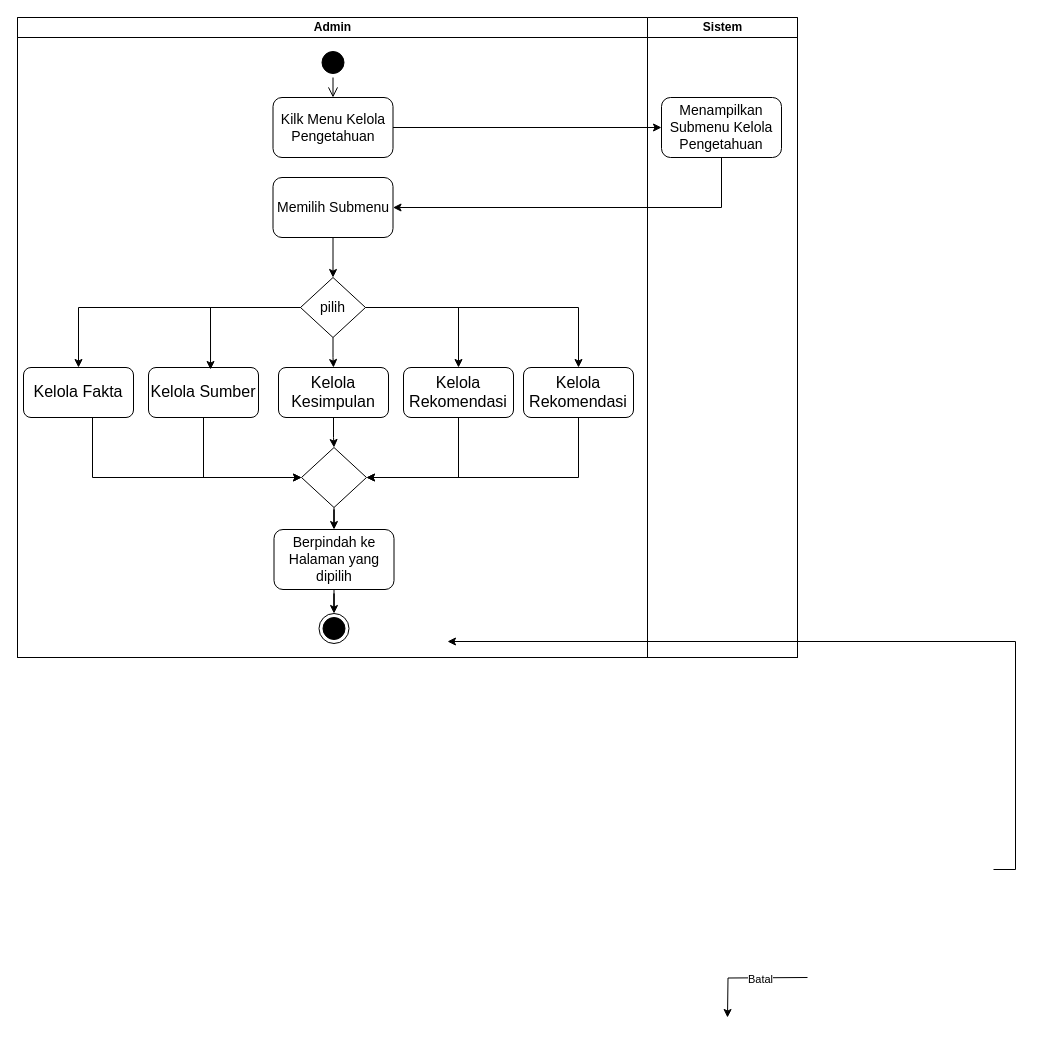
Earlier version of the draw.io diagram page "ACT-DIA-KELOLA-PENGETAHUAN-ADMIN" (17 of 22) of dokumentasi/bab3/diagram-bab-3.drawio (fadlanrizki/rekofin-ui). Source tidied: cells renumbered, new cells numbered last; positions are measured from the earlier drawing's top-left corner, leaving out a move shared by most shapes. Both pictures are drawn from the tidied source at 100%, with x=0, y=0 at pixel (17, 17).
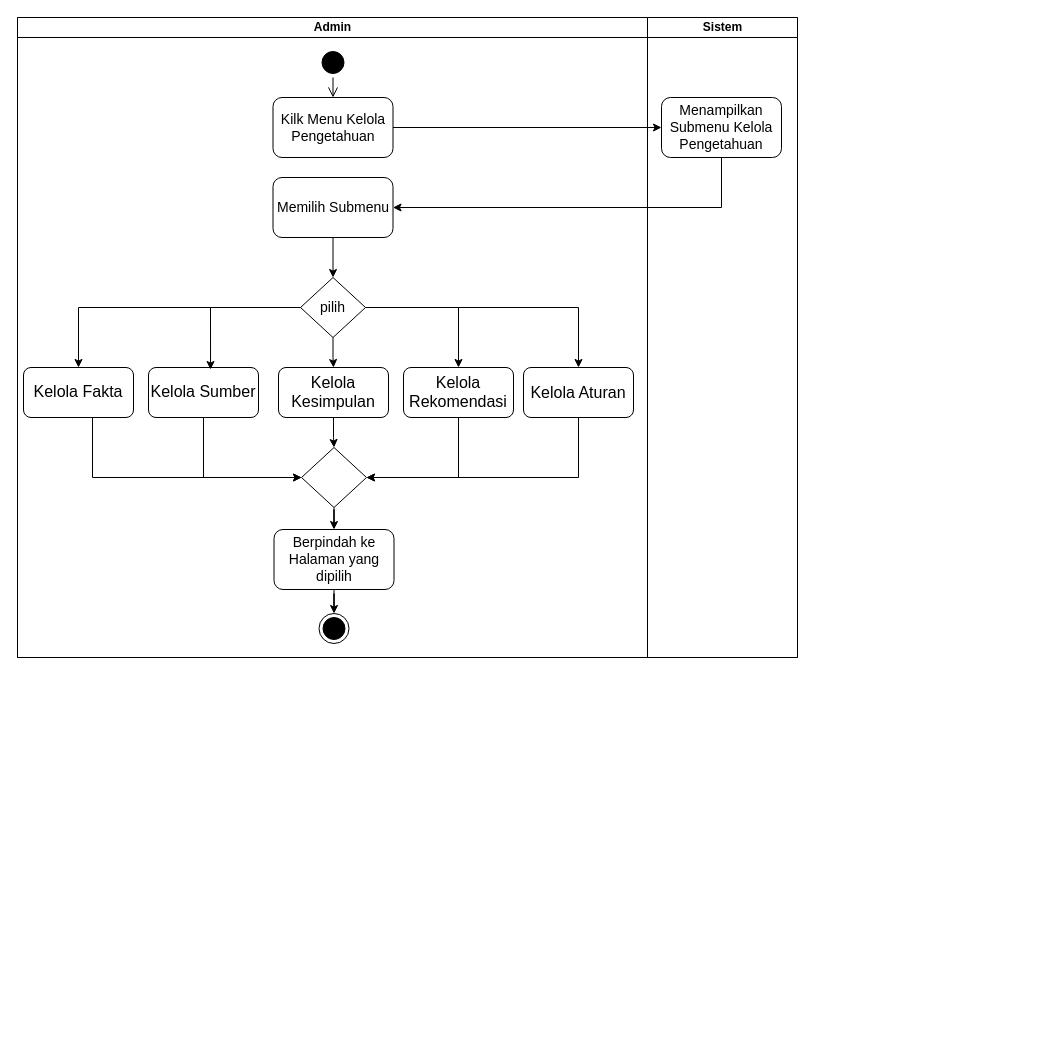
The same diagram, later.

Unchanged cells that the change refers to:
```xml
<mxCell id="2" style="swimlane;startSize=0;html=1;" parent="1" vertex="1">
  <mxGeometry width="780" height="640" as="geometry" />
</mxCell>
<mxCell id="3" value="Admin" style="swimlane;startSize=20;html=1;" parent="2" vertex="1">
  <mxGeometry width="630" height="640" as="geometry" />
</mxCell>
<mxCell id="47" value="Sistem" style="swimlane;startSize=20;html=1;" parent="2" vertex="1">
  <mxGeometry x="630" width="150" height="640" as="geometry" />
</mxCell>
```

Diff of the diagram source:
```diff
@@
-    <mxCell id="41" value="&lt;span style=&quot;font-size:12.0pt;line-height:115%;&amp;lt;br/&amp;gt;font-family:&amp;quot;Times New Roman&amp;quot;,serif;mso-fareast-font-family:Calibri;mso-fareast-theme-font:&amp;lt;br/&amp;gt;minor-latin;mso-bidi-theme-font:minor-bidi;mso-ansi-language:EN-ID;mso-fareast-language:&amp;lt;br/&amp;gt;EN-US;mso-bidi-language:AR-SA;mso-no-proof:yes&quot;&gt;Kelola Rekomendasi&lt;/span&gt;" style="rounded=1;whiteSpace=wrap;html=1;fontSize=14;" parent="3" vertex="1">
+    <mxCell id="41" value="&lt;span style=&quot;font-size: 16px;&quot;&gt;Kelola Aturan&lt;/span&gt;" style="rounded=1;whiteSpace=wrap;html=1;fontSize=14;" parent="3" vertex="1">
       <mxGeometry x="506" y="350" width="110" height="50" as="geometry" />
     </mxCell>
@@
-    <mxCell id="72" style="edgeStyle=orthogonalEdgeStyle;rounded=0;orthogonalLoop=1;jettySize=auto;html=1;entryX=0.5;entryY=0;entryDx=0;entryDy=0;" parent="47" edge="1">
-      <mxGeometry relative="1" as="geometry">
-        <mxPoint x="160" y="960" as="sourcePoint" />
-        <mxPoint x="80" y="1000" as="targetPoint" />
-      </mxGeometry>
-    </mxCell>
-    <mxCell id="73" value="Batal" style="edgeLabel;html=1;align=center;verticalAlign=middle;" parent="72" vertex="1">
-      <mxGeometry x="-0.19" y="1" relative="1" as="geometry" />
-    </mxCell>
@@
-    <mxCell id="90" style="edgeStyle=orthogonalEdgeStyle;rounded=0;orthogonalLoop=1;jettySize=auto;html=1;entryX=1;entryY=0.5;entryDx=0;entryDy=0;exitX=1;exitY=0.5;exitDx=0;exitDy=0;" parent="2" edge="1">
-      <mxGeometry relative="1" as="geometry">
-        <mxPoint x="976" y="852" as="sourcePoint" />
-        <mxPoint x="430" y="624" as="targetPoint" />
-        <Array as="points">
-          <mxPoint x="998" y="852" />
-          <mxPoint x="998" y="624" />
-        </Array>
-      </mxGeometry>
-    </mxCell>
```
